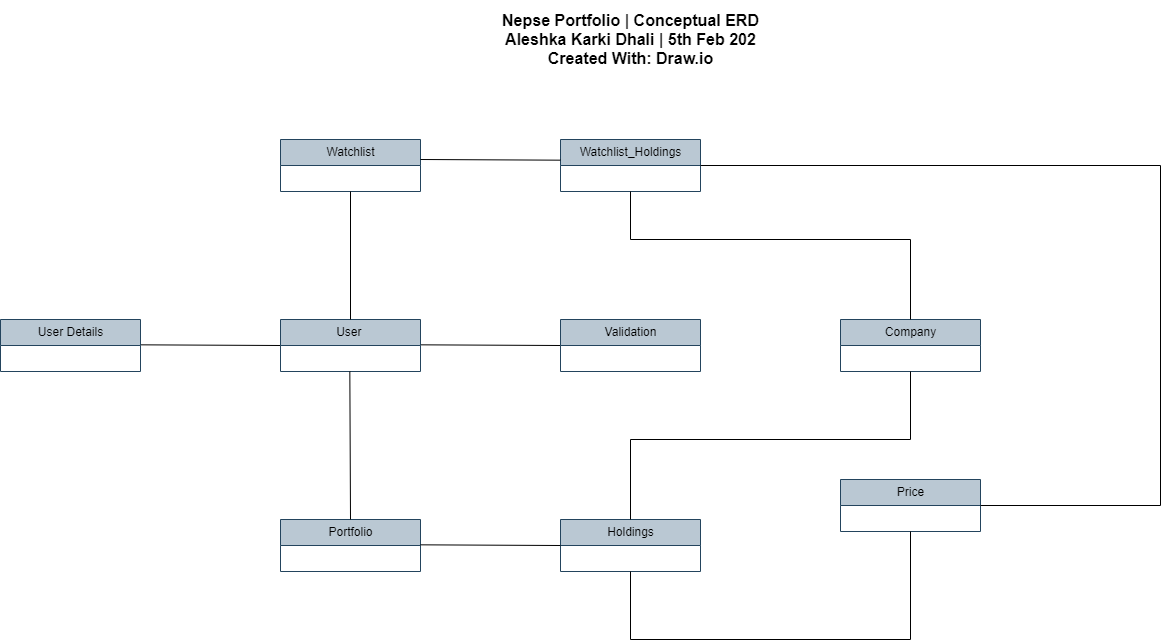
Earlier version of the draw.io export Database_ERD/Conceptual_ERD.png (AleshkaKarki/Nepse). Source tidied: cells renumbered, new cells last; positions are measured from the earlier drawing's top-left corner, leaving out a move shared by most shapes.
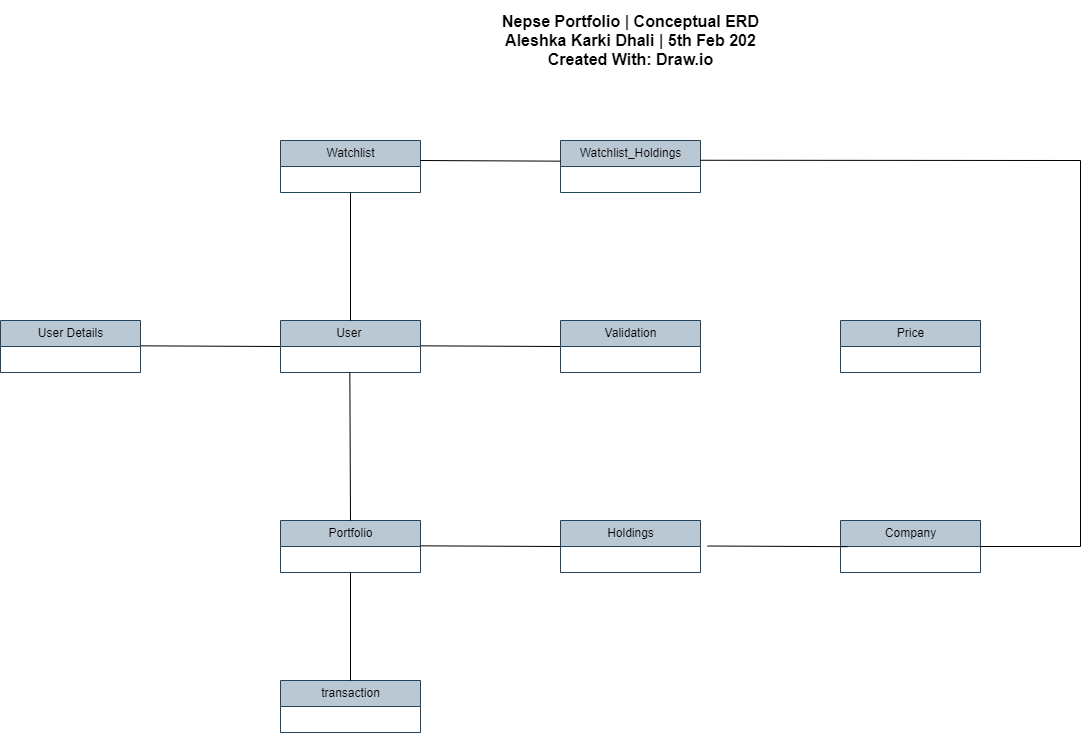
The same diagram one commit later.

Change to the diagram source:
```diff
@@ -34,10 +34,10 @@
       <mxGeometry x="560" y="520" width="140" height="52" as="geometry" />
     </mxCell>
     <mxCell id="11" value="Company" style="swimlane;fontStyle=0;horizontal=1;startSize=26;fillColor=#bac8d3;html=1;strokeColor=#23445d;" parent="1" vertex="1">
-      <mxGeometry x="840" y="320" width="140" height="52" as="geometry" />
+      <mxGeometry x="840" y="520" width="140" height="52" as="geometry" />
     </mxCell>
     <mxCell id="12" value="Price" style="swimlane;fontStyle=0;horizontal=1;startSize=26;fillColor=#bac8d3;html=1;strokeColor=#23445d;" parent="1" vertex="1">
-      <mxGeometry x="840" y="480" width="140" height="52" as="geometry" />
+      <mxGeometry x="840" y="320" width="140" height="52" as="geometry" />
     </mxCell>
     <mxCell id="13" style="endArrow=none;html=1;rounded=0;entryX=0.5;entryY=1;entryDx=0;entryDy=0;exitX=0.5;exitY=0;exitDx=0;exitDy=0;startArrow=none;startFill=0;endFill=0;" parent="1" edge="1" source="5" target="8">
       <mxGeometry relative="1" as="geometry" />
@@ -59,40 +59,28 @@
         <mxPoint x="560" y="546" as="targetPoint" />
       </mxGeometry>
     </mxCell>
-    <mxCell id="17" style="endArrow=none;html=1;rounded=0;entryX=0.5;entryY=1;entryDx=0;entryDy=0;exitX=0.5;exitY=1;exitDx=0;exitDy=0;startArrow=none;startFill=0;endFill=0;" parent="1" edge="1" source="10" target="12">
-      <mxGeometry relative="1" as="geometry">
-        <Array as="points">
-          <mxPoint x="630" y="640" />
-          <mxPoint x="910" y="640" />
-        </Array>
-      </mxGeometry>
-    </mxCell>
-    <mxCell id="18" style="endArrow=none;html=1;rounded=0;exitX=1;exitY=0.5;exitDx=0;exitDy=0;entryX=1;entryY=0.5;entryDx=0;entryDy=0;startArrow=none;startFill=0;endFill=0;" parent="1" edge="1" source="9" target="12">
-      <mxGeometry relative="1" as="geometry">
-        <Array as="points">
-          <mxPoint x="1160" y="166" />
-          <mxPoint x="1160" y="506" />
-        </Array>
-      </mxGeometry>
-    </mxCell>
-    <mxCell id="19" style="endArrow=none;html=1;rounded=0;entryX=0.5;entryY=0;entryDx=0;entryDy=0;exitX=0.5;exitY=1;exitDx=0;exitDy=0;startArrow=none;startFill=0;endFill=0;" parent="1" edge="1" source="9" target="11">
+    <mxCell id="19" style="endArrow=none;html=1;rounded=0;entryX=1;entryY=0.5;entryDx=0;entryDy=0;exitX=0.997;exitY=0.38;exitDx=0;exitDy=0;startArrow=none;startFill=0;endFill=0;exitPerimeter=0;" parent="1" edge="1" source="9" target="11">
       <mxGeometry relative="1" as="geometry">
         <Array as="points">
-          <mxPoint x="630" y="240" />
-          <mxPoint x="910" y="240" />
+          <mxPoint x="1080" y="160" />
+          <mxPoint x="1080" y="546" />
         </Array>
       </mxGeometry>
     </mxCell>
-    <mxCell id="20" style="endArrow=none;html=1;rounded=0;exitX=0.5;exitY=0;exitDx=0;exitDy=0;entryX=0.5;entryY=1;entryDx=0;entryDy=0;startArrow=none;startFill=0;endFill=0;" parent="1" edge="1" source="10" target="11">
-      <mxGeometry relative="1" as="geometry">
-        <Array as="points">
-          <mxPoint x="630" y="440" />
-          <mxPoint x="910" y="440" />
-        </Array>
-      </mxGeometry>
-    </mxCell>
     <mxCell id="21" value="&lt;font style=&quot;font-size: 16px;&quot;&gt;&lt;b&gt;Nepse Portfolio | Conceptual ERD&lt;br&gt;Aleshka Karki Dhali | 5th Feb 202&lt;br&gt;Created With: Draw.io&lt;/b&gt;&lt;br&gt;&lt;/font&gt;" style="text;html=1;strokeColor=none;fillColor=none;align=center;verticalAlign=middle;whiteSpace=wrap;rounded=0;" parent="1" vertex="1">
       <mxGeometry x="467.5" width="325" height="80" as="geometry" />
     </mxCell>
+    <mxCell id="22" value="transaction" style="swimlane;fontStyle=0;horizontal=1;startSize=26;fillColor=#bac8d3;html=1;strokeColor=#23445d;" parent="1" vertex="1">
+      <mxGeometry x="280" y="680" width="140" height="52" as="geometry" />
+    </mxCell>
+    <mxCell id="23" style="endArrow=none;html=1;rounded=0;entryX=0.5;entryY=1;entryDx=0;entryDy=0;exitX=0.5;exitY=0;exitDx=0;exitDy=0;startArrow=none;startFill=0;endFill=0;" parent="1" edge="1" source="22" target="7">
+      <mxGeometry relative="1" as="geometry" />
+    </mxCell>
+    <mxCell id="24" style="endArrow=none;html=1;rounded=0;entryX=0;entryY=0.5;entryDx=0;entryDy=0;exitX=1;exitY=0.5;exitDx=0;exitDy=0;startArrow=none;startFill=0;endFill=0;" parent="1" edge="1">
+      <mxGeometry relative="1" as="geometry">
+        <mxPoint x="707" y="545.5" as="sourcePoint" />
+        <mxPoint x="847" y="546.2" as="targetPoint" />
+      </mxGeometry>
+    </mxCell>
   </root>
 </mxGraphModel>
```
